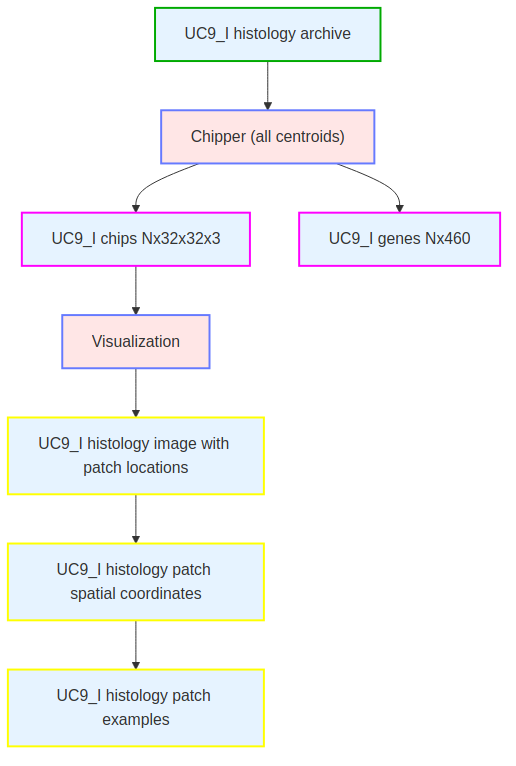
The Mermaid diagram mermaid/UC9_I_unpack_patches_and_genes.png in catskillsresearch/broad-3-catskills, before a commit. Its source is kept beside it as mermaid/UC9_I_unpack_patches_and_genes.mmd. Its diagram source:
```mermaid
%%{init: {'themeVariables': {'nodeTextColor':'#000'}}}%%
flowchart TD
    classDef data fill:#e6f3ff,stroke:#66b3ff,stroke-width:2px
    classDef op fill:#ffe6e6,stroke:#667aff,stroke-width:2px,shape:round-rect
    classDef inputData fill:#e6f3ff,stroke:#00AA00,stroke-width:2px
    classDef outputData fill:#e6f3ff,stroke:#FF00FF,stroke-width:2px
    classDef outputMetric fill:#e6f3ff,stroke:#FFFF00,stroke-width:2px

    data1["UC9_I histology archive"]:::inputData --> op1["Chipper (all centroids)"]:::op
    op1 --> data2["UC9_I chips Nx32x32x3"]:::outputData
    op1 --> data22["UC9_I genes Nx460"]:::outputData
    op11["Visualization"]:::op
    data2 --> op11 --> data11["UC9_I histology image with patch locations"]:::outputMetric
    data11 --> data12["UC9_I histology patch spatial coordinates"]:::outputMetric
    data12 --> data13["UC9_I histology patch examples"]:::outputMetric
```
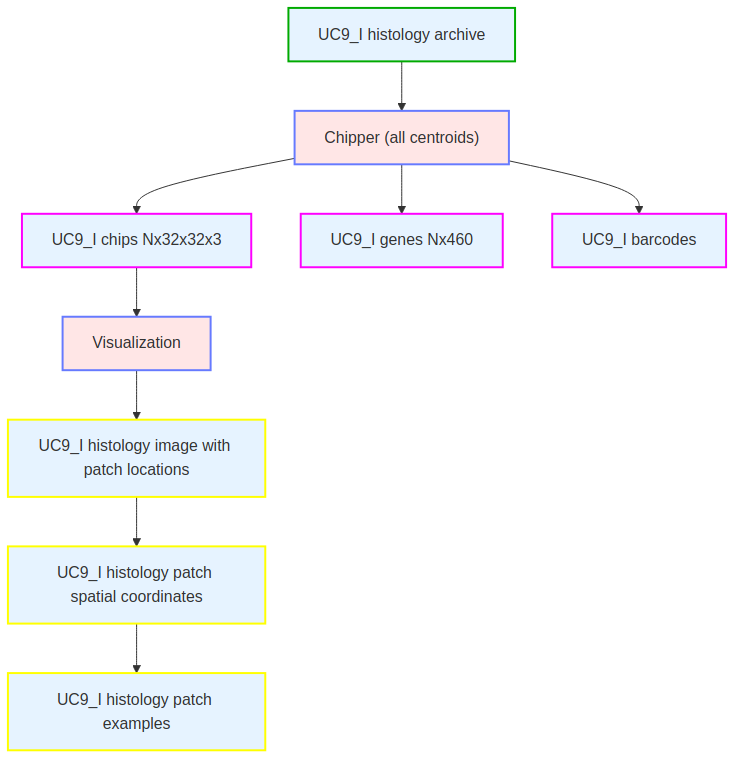
The same diagram one commit later.

Diff of the diagram source:
```diff
@@ -9,6 +9,7 @@
     data1["UC9_I histology archive"]:::inputData --> op1["Chipper (all centroids)"]:::op
     op1 --> data2["UC9_I chips Nx32x32x3"]:::outputData
     op1 --> data22["UC9_I genes Nx460"]:::outputData
+    op1 --> data23["UC9_I barcodes"]:::outputData
     op11["Visualization"]:::op
     data2 --> op11 --> data11["UC9_I histology image with patch locations"]:::outputMetric
     data11 --> data12["UC9_I histology patch spatial coordinates"]:::outputMetric
```
